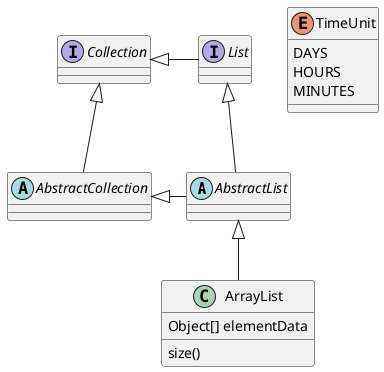
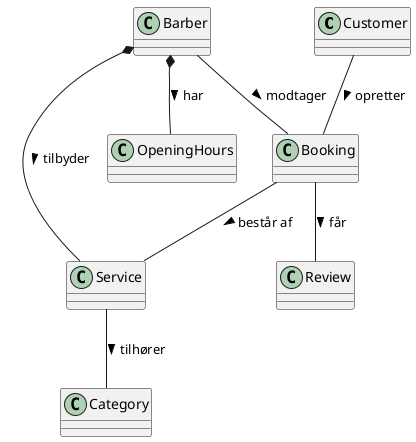
@startuml
- 'https://plantuml.com/class-diagram
+ ' Domænemodel for frisørbooking-platform (SP4)

- abstract class AbstractList
- abstract AbstractCollection
- interface List
- interface Collection
+ class Customer
+ class Barber
+ class Category
+ class Service
+ class Booking
+ class Review
+ class OpeningHours

- List <|-- AbstractList
- Collection <|-- AbstractCollection
+ ' === Relationer ===
+ Customer -- Booking : opretter >
+ Barber -- Booking : modtager >

- Collection <|- List
- AbstractCollection <|- AbstractList
- AbstractList <|-- ArrayList
+ Barber *-- Service : tilbyder >
+ Barber *-- OpeningHours : har >

- class ArrayList {
- Object[] elementData
- size()
- }
+ Service -- Category : tilhører >

- enum TimeUnit {
- DAYS
- HOURS
- MINUTES
- }
+ Booking -- Service : består af >
+ Booking -- Review : får >

@enduml